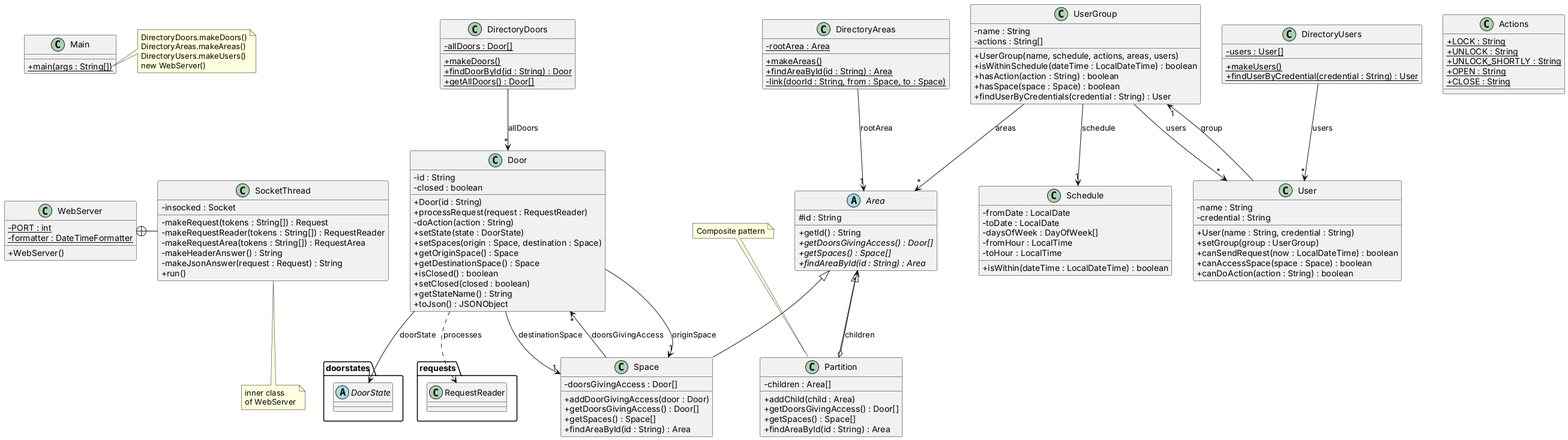
Earlier version of the PlantUML export out/production/DS/milestone1/uml/milestone1.png (NIU1747146/Practica-DS).
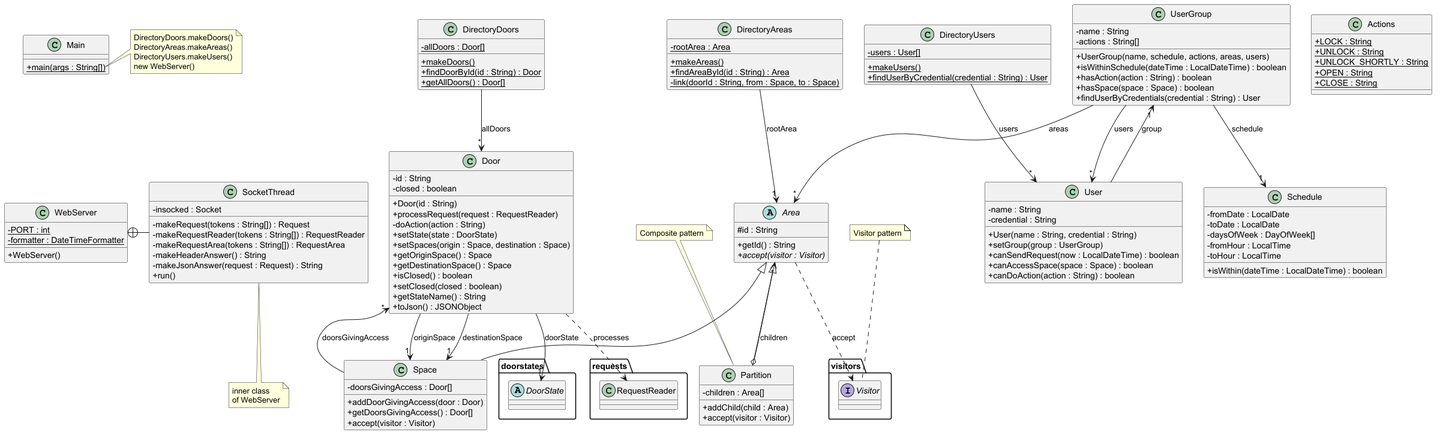
Later version of the same file.

Change to the diagram source:
```diff
@@ -55,25 +55,20 @@
 abstract class Area {
 # id : String
 + getId() : String
-+ {abstract} getDoorsGivingAccess() : Door[]
-+ {abstract} getSpaces() : Space[]
-+ {abstract} findAreaById(id : String) : Area
++ {abstract} accept(visitor : Visitor)
 }
 
 class Partition {
 - children : Area[]
 + addChild(child : Area)
-+ getDoorsGivingAccess() : Door[]
-+ getSpaces() : Space[]
-+ findAreaById(id : String) : Area
++ accept(visitor : Visitor)
 }
 
 class Space {
 - doorsGivingAccess : Door[]
 + addDoorGivingAccess(door : Door)
 + getDoorsGivingAccess() : Door[]
-+ getSpaces() : Space[]
-+ findAreaById(id : String) : Area
++ accept(visitor : Visitor)
 }
 
 note "Composite pattern" as NComposite
@@ -140,6 +135,10 @@
   class RequestReader
 }
 
+package visitors {
+  interface Visitor
+}
+
 Area <|-- Partition
 Area <|-- Space
 Partition o--> "*" Area : children
@@ -158,5 +157,9 @@
 UserGroup --> "*" Area : areas
 UserGroup --> "1" Schedule : schedule
 
+Area ..> Visitor : accept
+note "Visitor pattern" as NVisitor
+NVisitor .. Visitor
+
 Main -[hidden]down- WebServer
 @enduml
```
